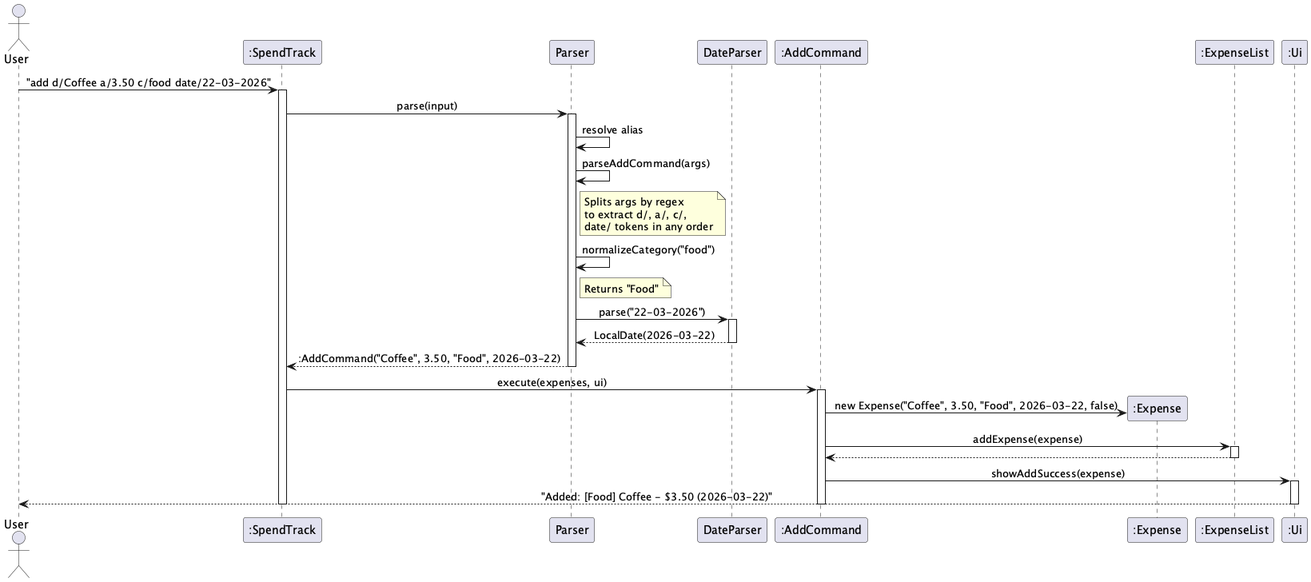
Above: docs/images/AddCommandSequence.png in AbhijitBalajee/tp (PlantUML), before the change.
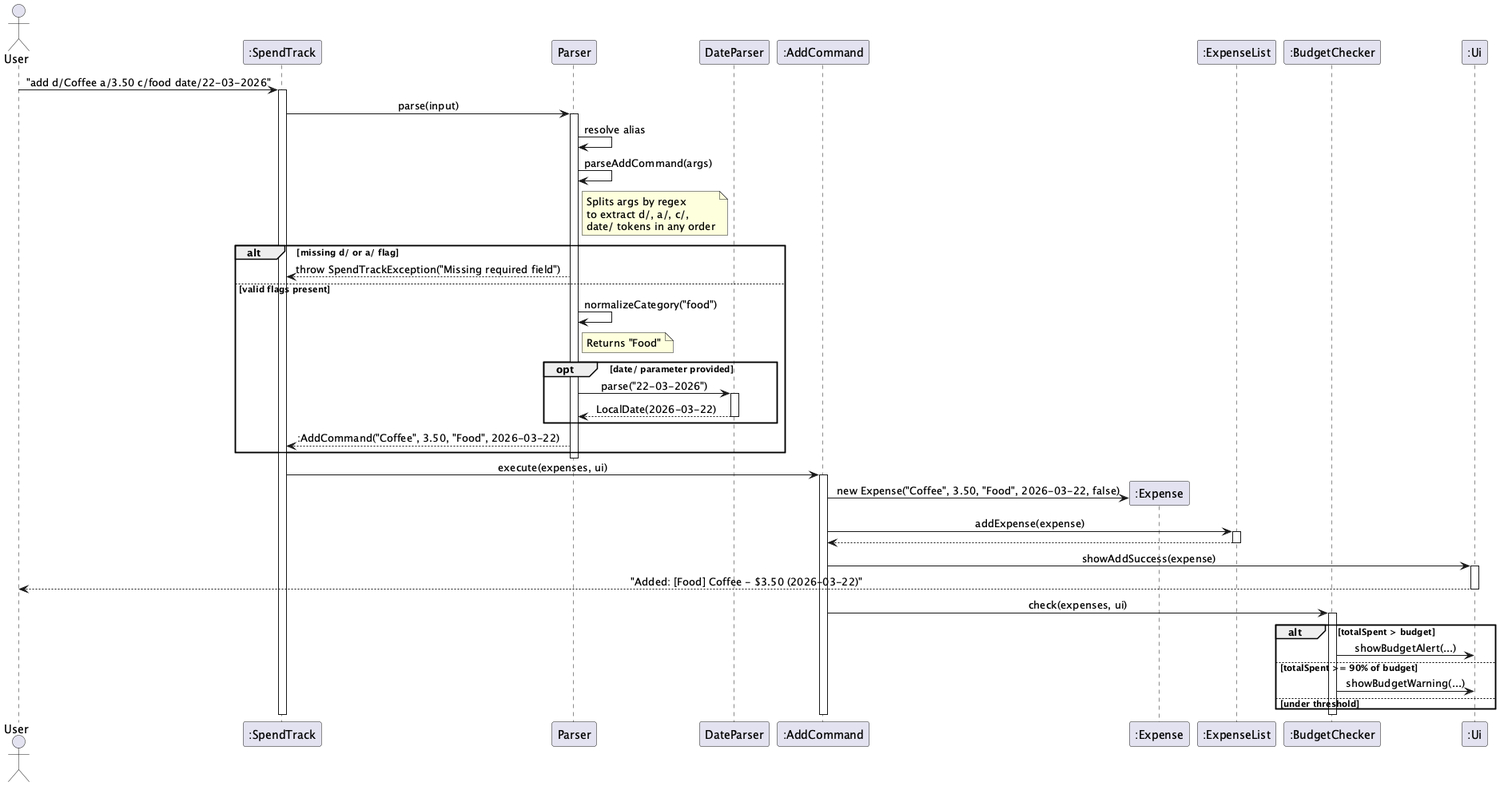
The same diagram one commit later.

Diff of the diagram source:
```diff
@@ -10,6 +10,7 @@
 participant ":AddCommand" as AC
 participant ":Expense" as E
 participant ":ExpenseList" as EL
+participant ":BudgetChecker" as BC
 participant ":Ui" as UI
 
 User -> ST : "add d/Coffee a/3.50 c/food date/22-03-2026"
@@ -24,13 +25,22 @@
   to extract d/, a/, c/,
   date/ tokens in any order
 end note
-P -> P : normalizeCategory("food")
-note right of P : Returns "Food"
-P -> DP : parse("22-03-2026")
-activate DP
-DP --> P : LocalDate(2026-03-22)
-deactivate DP
-P --> ST : :AddCommand("Coffee", 3.50, "Food", 2026-03-22)
+
+alt missing d/ or a/ flag
+    P --> ST : throw SpendTrackException("Missing required field")
+else valid flags present
+    P -> P : normalizeCategory("food")
+    note right of P : Returns "Food"
+
+    opt date/ parameter provided
+        P -> DP : parse("22-03-2026")
+        activate DP
+        DP --> P : LocalDate(2026-03-22)
+        deactivate DP
+    end
+
+    P --> ST : :AddCommand("Coffee", 3.50, "Food", 2026-03-22)
+end
 deactivate P
 
 ST -> AC : execute(expenses, ui)
@@ -44,6 +54,15 @@
 activate UI
 UI --> User : "Added: [Food] Coffee - $3.50 (2026-03-22)"
 deactivate UI
+AC -> BC : check(expenses, ui)
+activate BC
+alt totalSpent > budget
+    BC -> UI : showBudgetAlert(...)
+else totalSpent >= 90% of budget
+    BC -> UI : showBudgetWarning(...)
+else under threshold
+end
+deactivate BC
 deactivate AC
 
 deactivate ST
```
